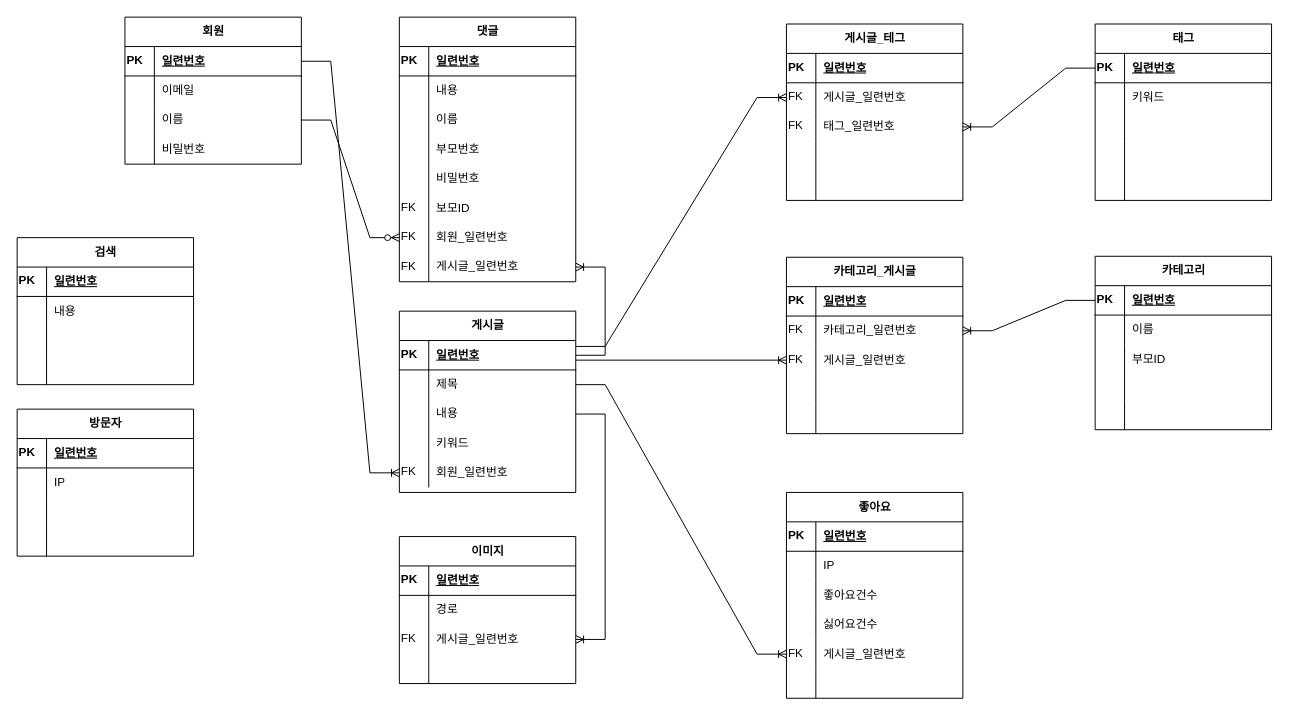
The draw.io diagram blogJoo.drawio in jookyungkim/joo-ERD, before the edit. Source tidied: cells renumbered, new cells numbered last; positions are measured from the earlier drawing's top-left corner, leaving out a move shared by most shapes. Both pictures are drawn from the tidied source at 98%, with x=0, y=0 at pixel (17, 17).
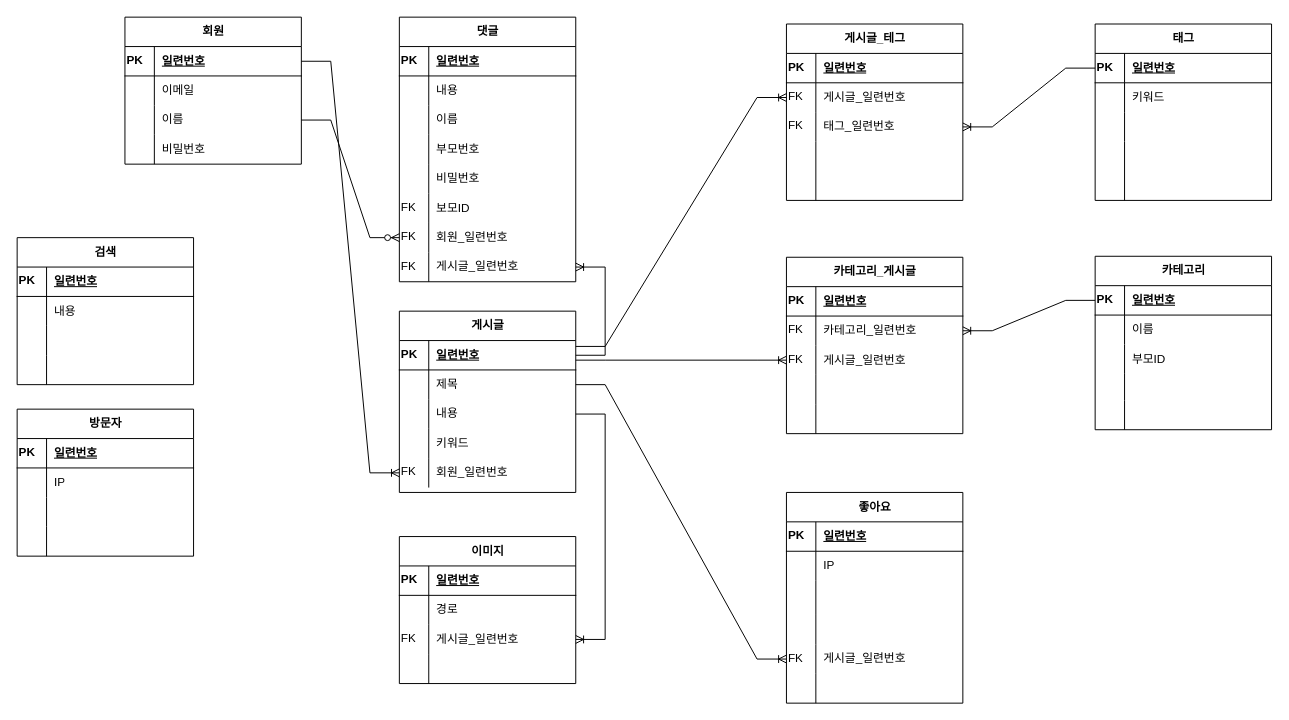
After the change.

What changed in the source:
```diff
@@
     <mxCell id="116" value="좋아요" style="shape=table;startSize=30;childLayout=tableLayout;rowLines=0;fontStyle=1;align=center;html=1;" parent="1" vertex="1">
-      <mxGeometry x="785" y="485" width="180" height="210" as="geometry" />
+      <mxGeometry x="785" y="485" width="180" height="215" as="geometry" />
     </mxCell>
@@
     <mxCell id="123" style="shape=partialRectangle;fillColor=none;top=0;left=0;bottom=0;right=0;align=left;verticalAlign=top;html=1;" parent="116" vertex="1">
-      <mxGeometry y="90" width="180" height="30" as="geometry" />
+      <mxGeometry y="90" width="180" height="35" as="geometry" />
     </mxCell>
     <mxCell id="124" style="shape=partialRectangle;fillColor=none;top=0;left=0;bottom=0;right=0;overflow=hidden;align=left;verticalAlign=top;html=1;" parent="123" vertex="1">
-      <mxGeometry width="30" height="30" as="geometry" />
+      <mxGeometry width="30" height="35" as="geometry" />
     </mxCell>
-    <mxCell id="125" value="좋아요건수" style="shape=partialRectangle;fillColor=none;top=0;left=0;bottom=0;right=0;align=left;spacingLeft=6;overflow=hidden;html=1;" parent="123" vertex="1">
-      <mxGeometry x="30" width="150" height="30" as="geometry" />
+    <mxCell id="125" style="shape=partialRectangle;fillColor=none;top=0;left=0;bottom=0;right=0;align=left;spacingLeft=6;overflow=hidden;html=1;" parent="123" vertex="1">
+      <mxGeometry x="30" width="150" height="35" as="geometry" />
     </mxCell>
     <mxCell id="126" style="shape=partialRectangle;fillColor=none;top=0;left=0;bottom=0;right=0;align=left;verticalAlign=top;html=1;" parent="116" vertex="1">
-      <mxGeometry y="120" width="180" height="30" as="geometry" />
+      <mxGeometry y="125" width="180" height="30" as="geometry" />
     </mxCell>
@@
-    <mxCell id="128" value="싫어요건수" style="shape=partialRectangle;fillColor=none;top=0;left=0;bottom=0;right=0;align=left;spacingLeft=6;overflow=hidden;html=1;" parent="126" vertex="1">
+    <mxCell id="128" style="shape=partialRectangle;fillColor=none;top=0;left=0;bottom=0;right=0;align=left;spacingLeft=6;overflow=hidden;html=1;" parent="126" vertex="1">
       <mxGeometry x="30" width="150" height="30" as="geometry" />
     </mxCell>
     <mxCell id="129" style="shape=partialRectangle;fillColor=none;top=0;left=0;bottom=0;right=0;points=[[0,0.5],[1,0.5]];portConstraint=eastwest;align=left;verticalAlign=top;html=1;" parent="116" vertex="1">
-      <mxGeometry y="150" width="180" height="30" as="geometry" />
+      <mxGeometry y="155" width="180" height="30" as="geometry" />
     </mxCell>
@@
     <mxCell id="132" style="shape=partialRectangle;fillColor=none;top=0;left=0;bottom=0;right=0;align=left;verticalAlign=top;html=1;" parent="116" vertex="1">
-      <mxGeometry y="180" width="180" height="30" as="geometry" />
+      <mxGeometry y="185" width="180" height="30" as="geometry" />
     </mxCell>
```
